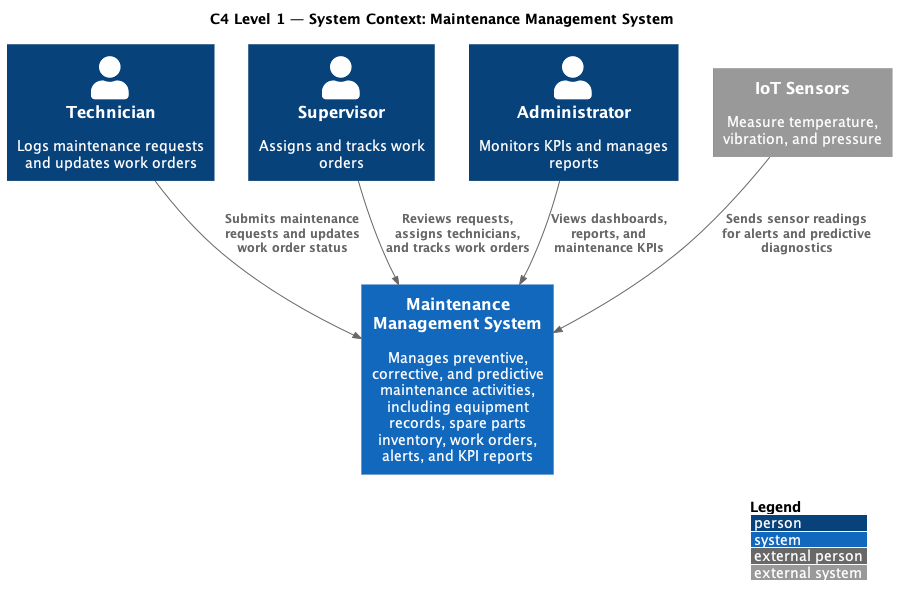
Before: out/UML/c4_L1_context/c4_L1_context.png, a diagram exported from PlantUML (xalameen8633-dotcom/Software-engineering-project).
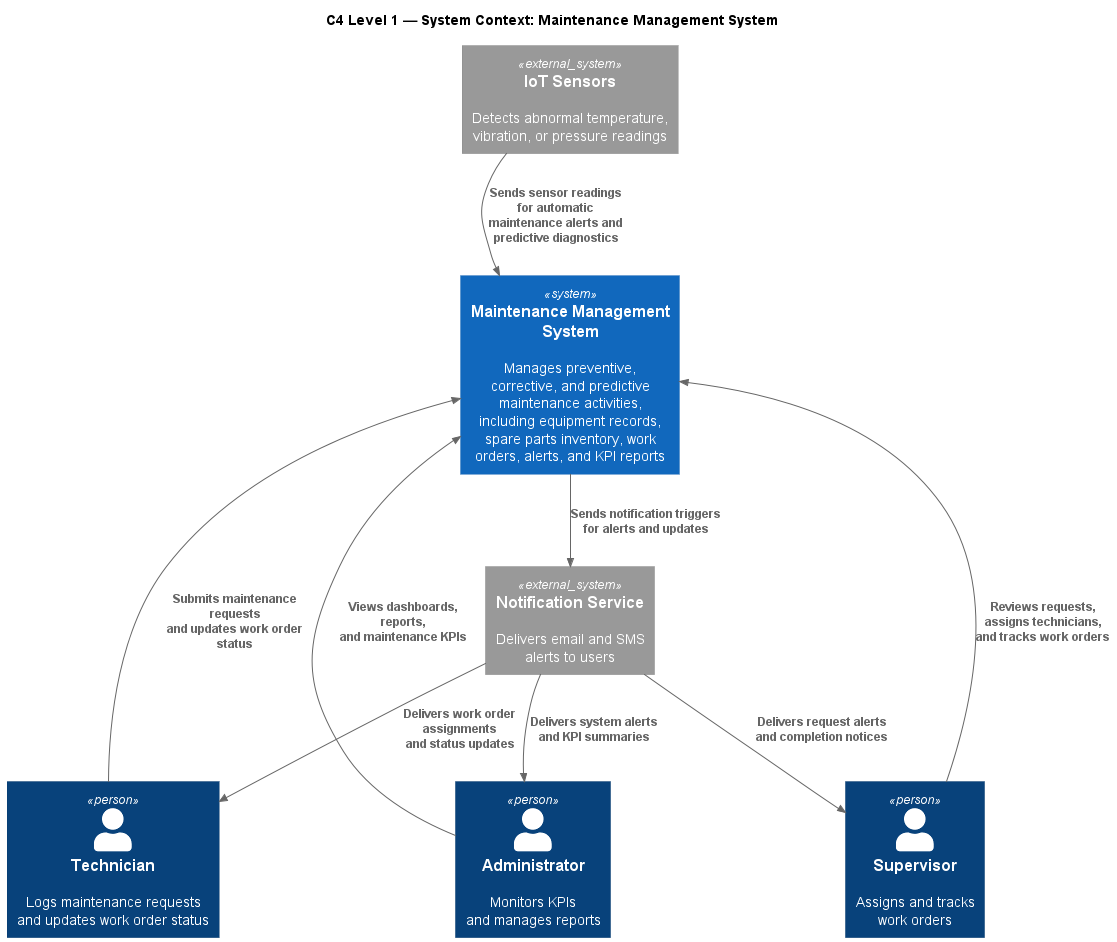
After the change.

Commit message:
Update context diagram PNG

What changed in the source:
```diff
@@ -1,24 +1,33 @@
 @startuml c4_L1_context
 !include https://raw.githubusercontent.com/plantuml-stdlib/C4-PlantUML/master/C4_Context.puml
 
-LAYOUT_WITH_LEGEND()
+
+
 
 title C4 Level 1 — System Context: Maintenance Management System
 
-
-Person(technician, "Technician", "Logs maintenance requests and updates work orders")
-Person(supervisor, "Supervisor", "Assigns and tracks work orders")
-Person(admin, "Administrator", "Monitors KPIs and manages reports")
+Person(technician, "Technician", "Logs maintenance requests\nand updates work order status")
+Person(supervisor, "Supervisor", "Assigns and tracks\nwork orders")
+Person(admin, "Administrator", "Monitors KPIs\nand manages reports")
 
 System(mms, "Maintenance Management System", "Manages preventive, corrective, and predictive maintenance activities, including equipment records, spare parts inventory, work orders, alerts, and KPI reports")
 
-System_Ext(iot, "IoT Sensors", "Measure temperature, vibration, and pressure")
+System_Ext(iot, "IoT Sensors", "Detects abnormal temperature,\nvibration, or pressure readings")
+System_Ext(notif, "Notification Service", "Delivers email and SMS\nalerts to users")
 
-Rel(technician, mms, "Submits maintenance requests and updates work order status")
-Rel(supervisor, mms, "Reviews requests, assigns technicians, and tracks work orders")
-Rel(admin, mms, "Views dashboards, reports, and maintenance KPIs")
-Rel(iot, mms, "Sends sensor readings for alerts and predictive diagnostics")
+Rel(technician, mms, "Submits maintenance requests\nand updates work order status")
+Rel(supervisor, mms, "Reviews requests, assigns technicians,\nand tracks work orders")
+Rel(admin, mms, "Views dashboards, reports,\nand maintenance KPIs")
+Rel(iot, mms, "Sends sensor readings for automatic\nmaintenance alerts and predictive diagnostics")
+Rel(mms, notif, "Sends notification triggers\nfor alerts and updates")
+Rel(notif, technician, "Delivers work order assignments\nand status updates")
+Rel(notif, supervisor, "Delivers request alerts\nand completion notices")
+Rel(notif, admin, "Delivers system alerts\nand KPI summaries")
 
+Lay_L(technician, mms)
+Lay_U(supervisor, mms)
+Lay_R(admin, mms)
+Lay_D(iot, mms)
 
 
 @enduml
```
